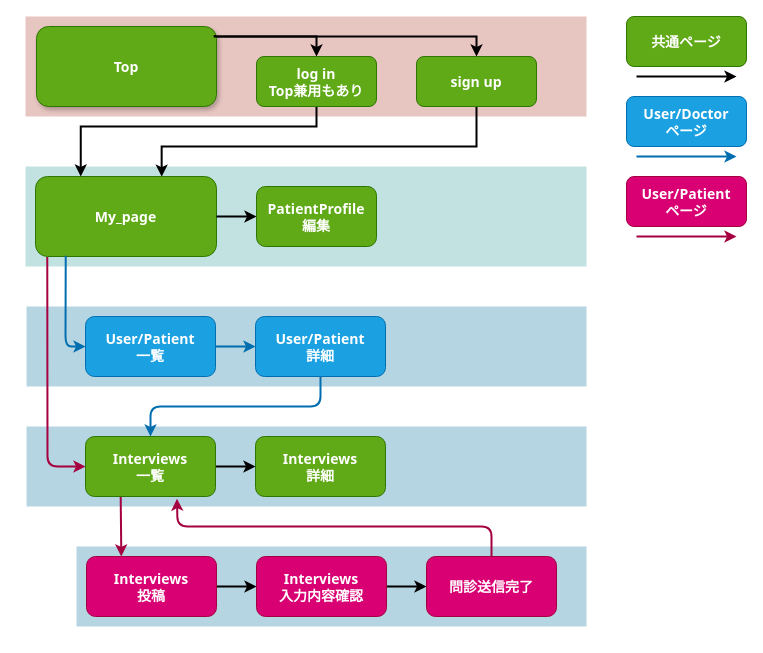
wakametarou/COVID-MGR keeps this draw.io diagram as README参考資料/サイトマップ.drawio. Above is the earlier version. Source tidied: cells renumbered, new cells numbered last; positions are measured from the earlier drawing's top-left corner, leaving out a move shared by most shapes. Both pictures are drawn from the tidied source at 100%, with x=0, y=0 at pixel (25, 16).
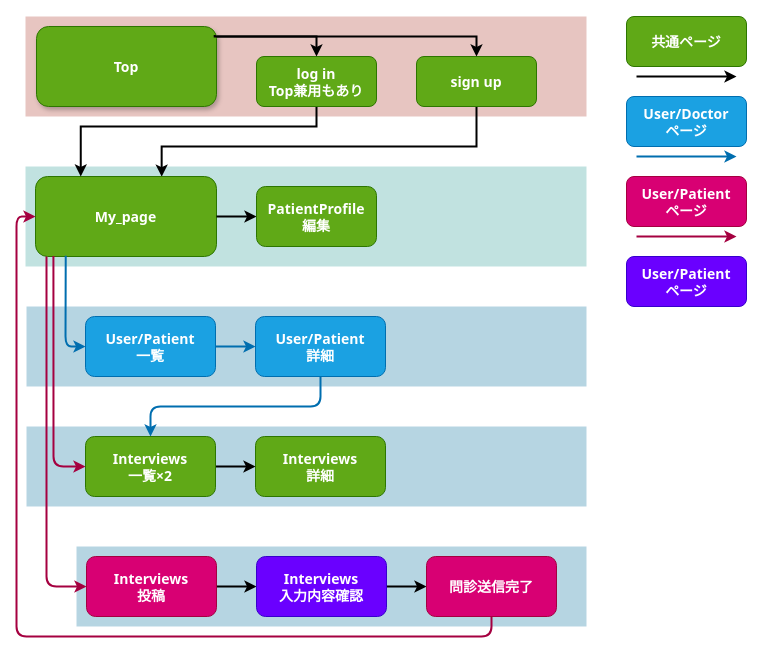
The same page after the edit.

Unchanged cells that the change refers to:
```xml
<mxCell id="9" value="My_page" style="rounded=1;fillColor=#60a917;strokeColor=#2D7600;fontColor=#ffffff;fontStyle=1;fontFamily=Tahoma;fontSize=14;" parent="1" vertex="1">
  <mxGeometry x="10" y="160" width="181" height="80" as="geometry" />
</mxCell>
<mxCell id="16" value="Interviews&#10;投稿" style="rounded=1;strokeColor=#A50040;fontColor=#ffffff;fontStyle=1;fontFamily=Tahoma;fontSize=14;fillColor=#d80073;" parent="1" vertex="1">
  <mxGeometry x="61" y="540" width="130" height="60" as="geometry" />
</mxCell>
<mxCell id="20" value="問診送信完了" style="rounded=1;strokeColor=#A50040;fontColor=#ffffff;fontStyle=1;fontFamily=Tahoma;fontSize=14;fillColor=#d80073;" parent="1" vertex="1">
  <mxGeometry x="401" y="540" width="130" height="60" as="geometry" />
</mxCell>
```

The edit, as a diff of the source:
```diff
@@
-    <mxCell id="11" style="edgeStyle=none;html=1;strokeWidth=2;exitX=0.065;exitY=1.005;exitDx=0;exitDy=0;exitPerimeter=0;entryX=0;entryY=0.5;entryDx=0;entryDy=0;fillColor=#d80073;strokeColor=#A50040;" parent="1" edge="1" source="9" target="30">
+    <mxCell id="11" style="edgeStyle=none;html=1;strokeWidth=2;exitX=0.099;exitY=0.994;exitDx=0;exitDy=0;exitPerimeter=0;entryX=0;entryY=0.5;entryDx=0;entryDy=0;fillColor=#d80073;strokeColor=#A50040;" parent="1" edge="1" source="9" target="30">
       <mxGeometry relative="1" as="geometry">
         <Array as="points">
-          <mxPoint x="22" y="450" />
+          <mxPoint x="28" y="450" />
         </Array>
       </mxGeometry>
     </mxCell>
@@
-    <mxCell id="18" value="Interviews&#10;入力内容確認" style="rounded=1;strokeColor=#A50040;fontColor=#ffffff;fontStyle=1;fontFamily=Tahoma;fontSize=14;fillColor=#d80073;" parent="1" vertex="1">
+    <mxCell id="18" value="Interviews&#10;入力内容確認" style="rounded=1;strokeColor=#3700CC;fontColor=#ffffff;fontStyle=1;fontFamily=Tahoma;fontSize=14;fillColor=#6a00ff;" parent="1" vertex="1">
       <mxGeometry x="231" y="540" width="130" height="60" as="geometry" />
     </mxCell>
-    <mxCell id="19" style="edgeStyle=none;html=1;entryX=0.704;entryY=1.036;entryDx=0;entryDy=0;entryPerimeter=0;strokeWidth=2;fillColor=#d80073;strokeColor=#A50040;" parent="1" edge="1" source="20" target="30">
+    <mxCell id="19" style="edgeStyle=none;html=1;strokeWidth=2;fillColor=#d80073;strokeColor=#A50040;exitX=0.5;exitY=1;exitDx=0;exitDy=0;entryX=0;entryY=0.5;entryDx=0;entryDy=0;" parent="1" edge="1" source="20" target="9">
       <mxGeometry relative="1" as="geometry">
         <Array as="points">
-          <mxPoint x="466" y="510" />
-          <mxPoint x="152" y="510" />
+          <mxPoint x="466" y="620" />
+          <mxPoint x="-9" y="620" />
+          <mxPoint x="-9" y="200" />
         </Array>
       </mxGeometry>
     </mxCell>
@@
-    <mxCell id="29" style="edgeStyle=none;html=1;strokeWidth=2;fillColor=#d80073;strokeColor=#A50040;" parent="1" edge="1">
-      <mxGeometry relative="1" as="geometry">
-        <mxPoint x="95.2" y="480" as="sourcePoint" />
-        <mxPoint x="95.8" y="540" as="targetPoint" />
-      </mxGeometry>
-    </mxCell>
-    <mxCell id="30" value="Interviews&#10;一覧" style="rounded=1;fillColor=#60a917;strokeColor=#2D7600;fontColor=#ffffff;fontStyle=1;fontFamily=Tahoma;fontSize=14;" parent="1" vertex="1">
+    <mxCell id="30" value="Interviews&#10;一覧×2" style="rounded=1;fillColor=#60a917;strokeColor=#2D7600;fontColor=#ffffff;fontStyle=1;fontFamily=Tahoma;fontSize=14;" parent="1" vertex="1">
       <mxGeometry x="60" y="420" width="130" height="60" as="geometry" />
     </mxCell>
@@
+    <mxCell id="39" style="edgeStyle=none;html=1;strokeWidth=2;entryX=0;entryY=0.5;entryDx=0;entryDy=0;fillColor=#d80073;strokeColor=#A50040;" parent="1" edge="1" target="16">
+      <mxGeometry relative="1" as="geometry">
+        <mxPoint x="21" y="240" as="sourcePoint" />
+        <Array as="points">
+          <mxPoint x="21" y="570" />
+        </Array>
+      </mxGeometry>
+    </mxCell>
+    <mxCell id="40" value="User/Patient&#10;ページ" style="rounded=1;fillColor=#6a00ff;strokeColor=#3700CC;fontColor=#ffffff;fontStyle=1;fontFamily=Tahoma;fontSize=14;" parent="1" vertex="1">
+      <mxGeometry x="601" y="240" width="120" height="50" as="geometry" />
+    </mxCell>
```
